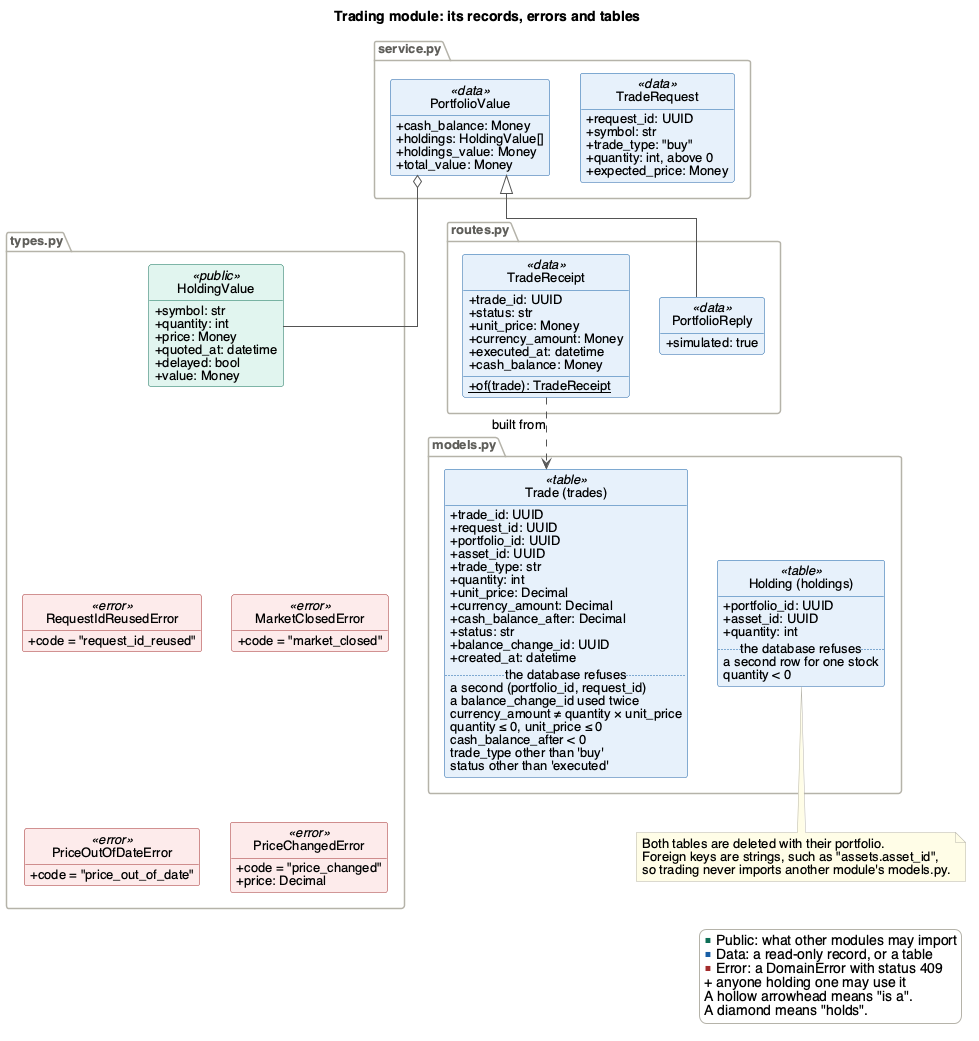
Before: docs/Design/SoftArchitecture/figures/trading-data.png, a diagram exported from PlantUML (davislenover/BurnNEarn).
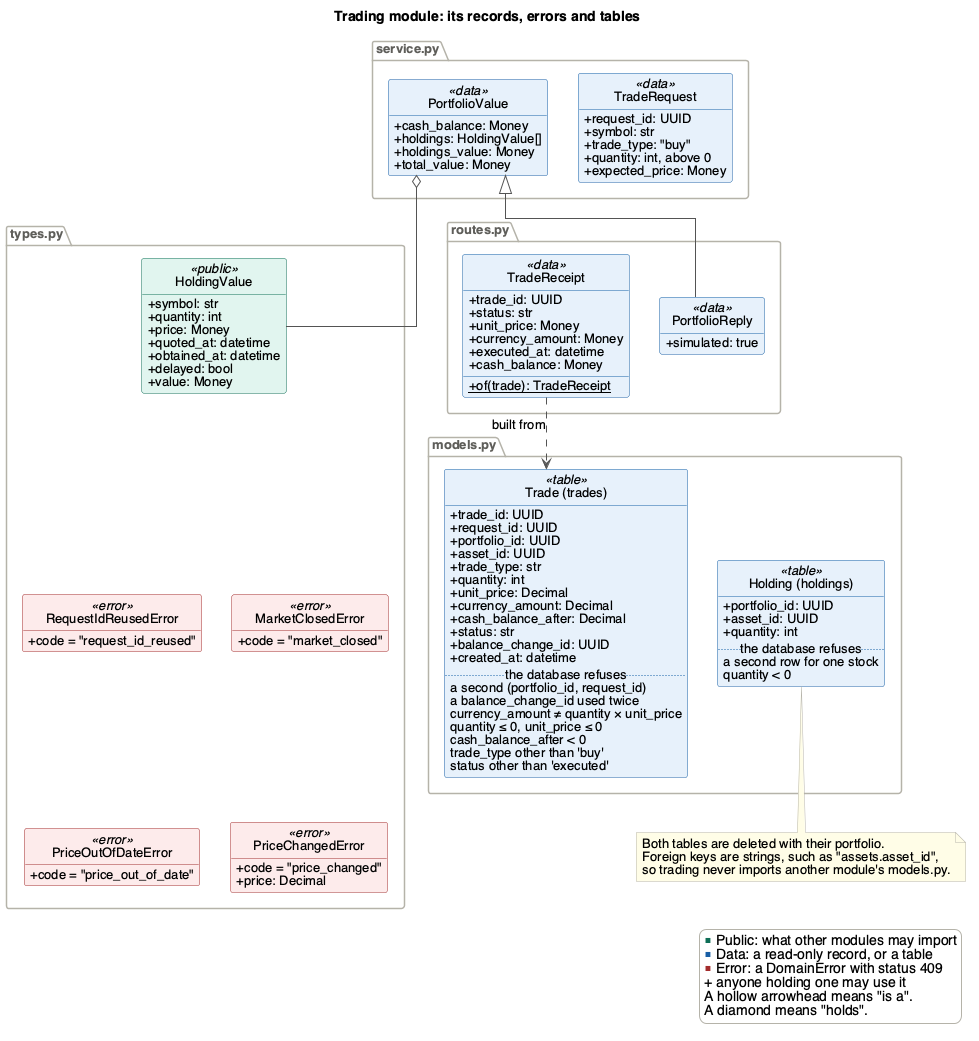
The same file after the commit.

Change to the diagram source:
```diff
@@ -40,6 +40,7 @@
     + quantity: int
     + price: Money
     + quoted_at: datetime
+    + obtained_at: datetime
     + delayed: bool
     + value: Money
   }
```
